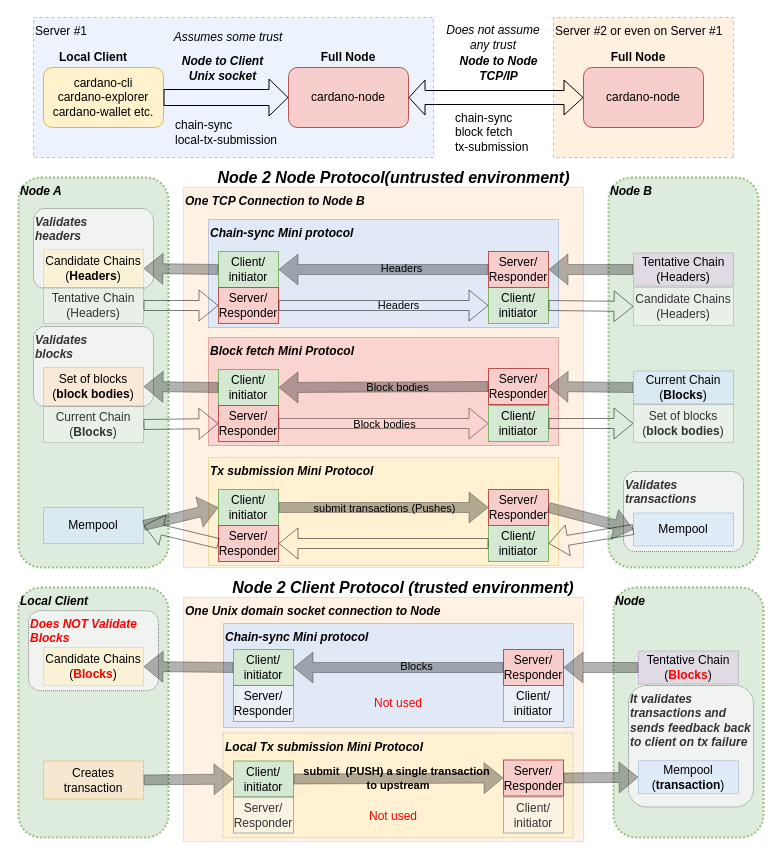
This is diagrams/Network_Communications.drawio from ilap/ShelleyStuffs, a draw.io file, before an edit. Source tidied: cells renumbered, new cells numbered last; positions are measured from the earlier drawing's top-left corner, leaving out a move shared by most shapes. Both pictures are drawn from the tidied source at 100%, with x=0, y=0 at pixel (18, 17).
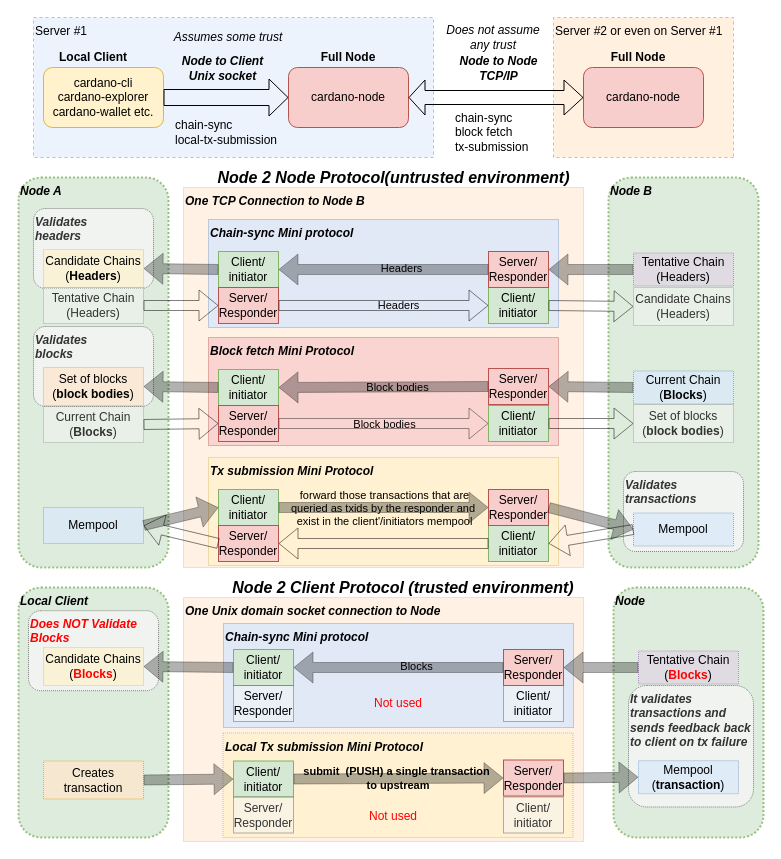
Above is the later version.

The change refers to these unchanged cells:
```xml
<mxCell id="102" style="shape=flexArrow;endArrow=classic;html=1;opacity=30;fillColor=#000000;exitX=1;exitY=0.5;exitDx=0;exitDy=0;" parent="1" edge="1" source="62">
  <mxGeometry relative="1" as="geometry">
    <mxPoint x="470" y="490" as="targetPoint" />
  </mxGeometry>
</mxCell>
```

Change to the diagram source:
```diff
@@
-    <mxCell id="103" value="submit transactions (Pushes)" style="edgeLabel;html=1;align=center;verticalAlign=middle;labelBackgroundColor=none;" parent="102" vertex="1">
+    <mxCell id="103" value="forward those transactions that are &lt;br&gt;queried as txids by the responder and&amp;nbsp;&lt;br&gt;exist in the client'/initiators mempool" style="edgeLabel;html=1;align=center;verticalAlign=middle;labelBackgroundColor=none;" parent="102" vertex="1">
       <mxGeometry relative="1" as="geometry" />
     </mxCell>
```
